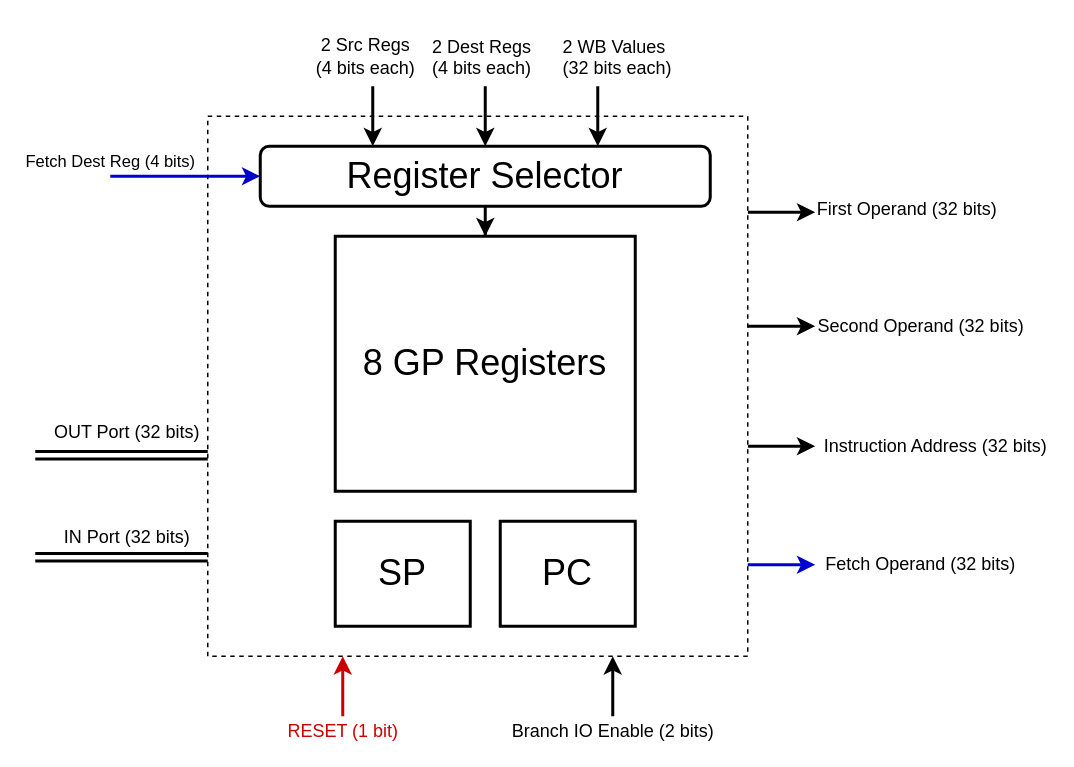
Before: docs/images/reg_file.drawio in mido3ds/pipeline-risc-cpu, a draw.io diagram. Source tidied: cells renumbered, new cells numbered last; positions are measured from the earlier drawing's top-left corner, leaving out a move shared by most shapes. Both pictures are drawn from the tidied source at 150%, with x=0, y=0 at pixel (34, 26).
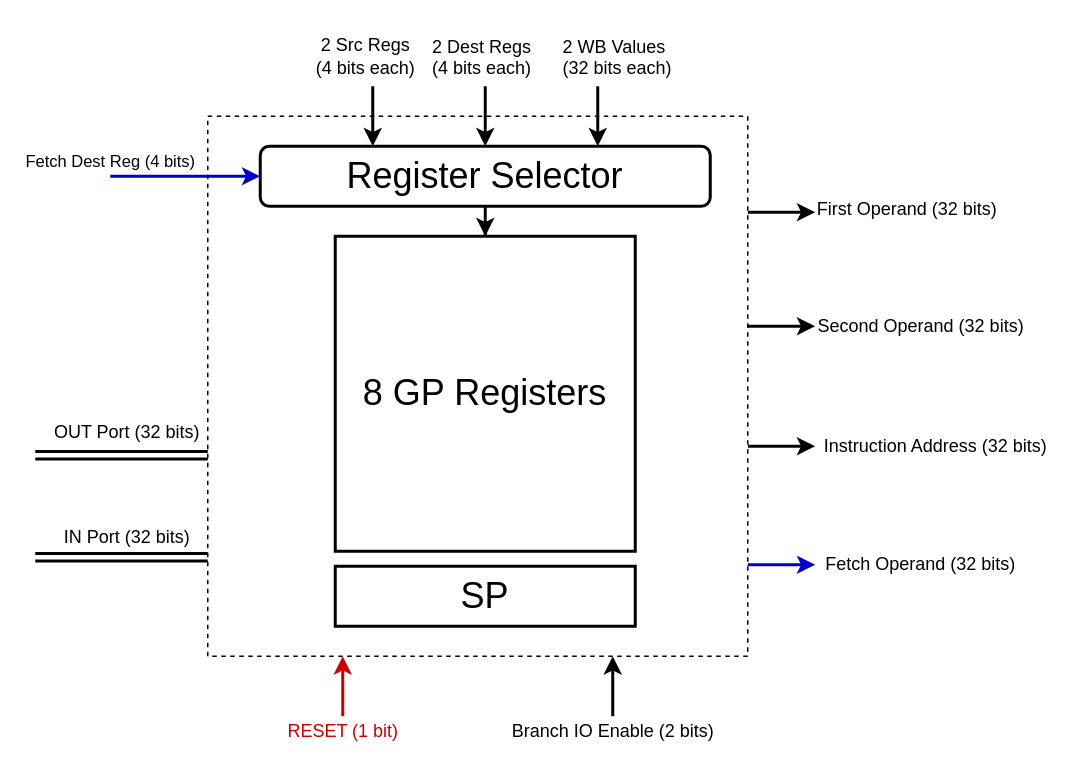
Above is the later version.

Commit message (it also covers changes not shown here):
edited old diagrams

What changed in the source:
```diff
@@
     <mxCell id="10" value="&lt;font style=&quot;font-size: 24px&quot;&gt;8 GP Registers&lt;/font&gt;" style="rounded=0;whiteSpace=wrap;html=1;strokeWidth=2;" parent="1" vertex="1">
-      <mxGeometry x="200" y="140" width="200" height="170" as="geometry" />
+      <mxGeometry x="200" y="140" width="200" height="210" as="geometry" />
     </mxCell>
     <mxCell id="11" value="&lt;font style=&quot;font-size: 24px&quot;&gt;SP&lt;/font&gt;" style="rounded=0;whiteSpace=wrap;html=1;strokeWidth=2;" parent="1" vertex="1">
-      <mxGeometry x="200" y="330" width="90" height="70" as="geometry" />
+      <mxGeometry x="200" y="360" width="200" height="40" as="geometry" />
     </mxCell>
-    <mxCell id="12" value="&lt;font style=&quot;font-size: 24px&quot;&gt;PC&lt;/font&gt;" style="rounded=0;whiteSpace=wrap;html=1;strokeWidth=2;" parent="1" vertex="1">
-      <mxGeometry x="310" y="330" width="90" height="70" as="geometry" />
-    </mxCell>
```
